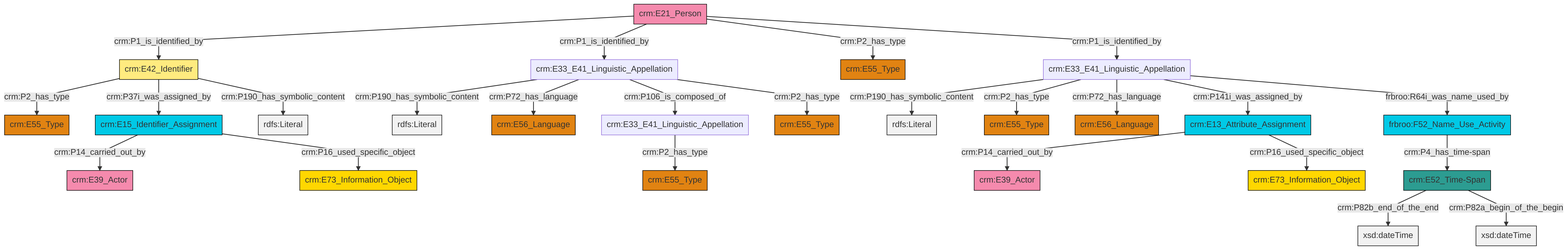
Above: et/personCSV/ttl/mmd/png/Person_Names_and_Classification.png in swiss-art-research-net/docs.swissartresearch (Mermaid), before the change. Its source is kept beside it as et/personCSV/ttl/mmd/Person_Names_and_Classification.ttl.mmd.
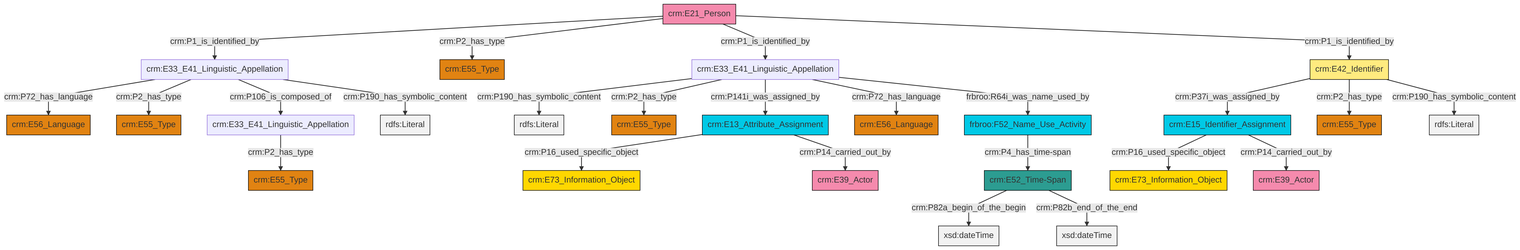
Later version of the same file.

Diff of the diagram source:
```diff
@@ -13,27 +13,27 @@
 classDef PC_Classes fill:#4ce600, stroke:#000000;
 classDef Multi fill:#cccccc,stroke:#000000;
 
-4["crm:E21_Person"]:::Actor -->|crm:P1_is_identified_by| 5["crm:E42_Identifier"]:::Appellation
-7["crm:E33_E41_Linguistic_Appellation"]:::Default -->|crm:P190_has_symbolic_content| 8[rdfs:Literal]:::Literal
-4["crm:E21_Person"]:::Actor -->|crm:P1_is_identified_by| 9["crm:E33_E41_Linguistic_Appellation"]:::Default
-9["crm:E33_E41_Linguistic_Appellation"]:::Default -->|crm:P190_has_symbolic_content| 10[rdfs:Literal]:::Literal
-13["frbroo:F52_Name_Use_Activity"]:::Temporal_Entity -->|crm:P4_has_time-span| 2["crm:E52_Time-Span"]:::Time-Span
-7["crm:E33_E41_Linguistic_Appellation"]:::Default -->|crm:P2_has_type| 19["crm:E55_Type"]:::Type
-7["crm:E33_E41_Linguistic_Appellation"]:::Default -->|crm:P72_has_language| 22["crm:E56_Language"]:::Type
-4["crm:E21_Person"]:::Actor -->|crm:P2_has_type| 26["crm:E55_Type"]:::Type
-30["crm:E15_Identifier_Assignment"]:::Temporal_Entity -->|crm:P14_carried_out_by| 27["crm:E39_Actor"]:::Actor
-5["crm:E42_Identifier"]:::Appellation -->|crm:P2_has_type| 33["crm:E55_Type"]:::Type
-2["crm:E52_Time-Span"]:::Time-Span -->|crm:P82b_end_of_the_end| 35[xsd:dateTime]:::Literal
-7["crm:E33_E41_Linguistic_Appellation"]:::Default -->|crm:P141i_was_assigned_by| 37["crm:E13_Attribute_Assignment"]:::Temporal_Entity
-5["crm:E42_Identifier"]:::Appellation -->|crm:P37i_was_assigned_by| 30["crm:E15_Identifier_Assignment"]:::Temporal_Entity
-30["crm:E15_Identifier_Assignment"]:::Temporal_Entity -->|crm:P16_used_specific_object| 20["crm:E73_Information_Object"]:::Conceptual_Object
-37["crm:E13_Attribute_Assignment"]:::Temporal_Entity -->|crm:P14_carried_out_by| 31["crm:E39_Actor"]:::Actor
-5["crm:E42_Identifier"]:::Appellation -->|crm:P190_has_symbolic_content| 41[rdfs:Literal]:::Literal
-9["crm:E33_E41_Linguistic_Appellation"]:::Default -->|crm:P72_has_language| 23["crm:E56_Language"]:::Type
-7["crm:E33_E41_Linguistic_Appellation"]:::Default -->|frbroo:R64i_was_name_used_by| 13["frbroo:F52_Name_Use_Activity"]:::Temporal_Entity
-37["crm:E13_Attribute_Assignment"]:::Temporal_Entity -->|crm:P16_used_specific_object| 0["crm:E73_Information_Object"]:::Conceptual_Object
-9["crm:E33_E41_Linguistic_Appellation"]:::Default -->|crm:P106_is_composed_of| 11["crm:E33_E41_Linguistic_Appellation"]:::Default
-9["crm:E33_E41_Linguistic_Appellation"]:::Default -->|crm:P2_has_type| 15["crm:E55_Type"]:::Type
-2["crm:E52_Time-Span"]:::Time-Span -->|crm:P82a_begin_of_the_begin| 46[xsd:dateTime]:::Literal
-11["crm:E33_E41_Linguistic_Appellation"]:::Default -->|crm:P2_has_type| 43["crm:E55_Type"]:::Type
-4["crm:E21_Person"]:::Actor -->|crm:P1_is_identified_by| 7["crm:E33_E41_Linguistic_Appellation"]:::Default
+0["crm:E33_E41_Linguistic_Appellation"]:::Default -->|crm:P72_has_language| 1["crm:E56_Language"]:::Type
+8["crm:E42_Identifier"]:::Appellation -->|crm:P37i_was_assigned_by| 2["crm:E15_Identifier_Assignment"]:::Temporal_Entity
+13["crm:E52_Time-Span"]:::Time-Span -->|crm:P82a_begin_of_the_begin| 14[xsd:dateTime]:::Literal
+17["crm:E33_E41_Linguistic_Appellation"]:::Default -->|crm:P190_has_symbolic_content| 18[rdfs:Literal]:::Literal
+9["crm:E21_Person"]:::Actor -->|crm:P1_is_identified_by| 0["crm:E33_E41_Linguistic_Appellation"]:::Default
+17["crm:E33_E41_Linguistic_Appellation"]:::Default -->|crm:P2_has_type| 26["crm:E55_Type"]:::Type
+2["crm:E15_Identifier_Assignment"]:::Temporal_Entity -->|crm:P16_used_specific_object| 28["crm:E73_Information_Object"]:::Conceptual_Object
+2["crm:E15_Identifier_Assignment"]:::Temporal_Entity -->|crm:P14_carried_out_by| 30["crm:E39_Actor"]:::Actor
+8["crm:E42_Identifier"]:::Appellation -->|crm:P2_has_type| 22["crm:E55_Type"]:::Type
+17["crm:E33_E41_Linguistic_Appellation"]:::Default -->|crm:P141i_was_assigned_by| 15["crm:E13_Attribute_Assignment"]:::Temporal_Entity
+20["frbroo:F52_Name_Use_Activity"]:::Temporal_Entity -->|crm:P4_has_time-span| 13["crm:E52_Time-Span"]:::Time-Span
+0["crm:E33_E41_Linguistic_Appellation"]:::Default -->|crm:P2_has_type| 31["crm:E55_Type"]:::Type
+34["crm:E33_E41_Linguistic_Appellation"]:::Default -->|crm:P2_has_type| 4["crm:E55_Type"]:::Type
+15["crm:E13_Attribute_Assignment"]:::Temporal_Entity -->|crm:P16_used_specific_object| 11["crm:E73_Information_Object"]:::Conceptual_Object
+13["crm:E52_Time-Span"]:::Time-Span -->|crm:P82b_end_of_the_end| 37[xsd:dateTime]:::Literal
+8["crm:E42_Identifier"]:::Appellation -->|crm:P190_has_symbolic_content| 39[rdfs:Literal]:::Literal
+17["crm:E33_E41_Linguistic_Appellation"]:::Default -->|crm:P72_has_language| 24["crm:E56_Language"]:::Type
+9["crm:E21_Person"]:::Actor -->|crm:P2_has_type| 40["crm:E55_Type"]:::Type
+0["crm:E33_E41_Linguistic_Appellation"]:::Default -->|crm:P106_is_composed_of| 34["crm:E33_E41_Linguistic_Appellation"]:::Default
+0["crm:E33_E41_Linguistic_Appellation"]:::Default -->|crm:P190_has_symbolic_content| 45[rdfs:Literal]:::Literal
+9["crm:E21_Person"]:::Actor -->|crm:P1_is_identified_by| 17["crm:E33_E41_Linguistic_Appellation"]:::Default
+17["crm:E33_E41_Linguistic_Appellation"]:::Default -->|frbroo:R64i_was_name_used_by| 20["frbroo:F52_Name_Use_Activity"]:::Temporal_Entity
+15["crm:E13_Attribute_Assignment"]:::Temporal_Entity -->|crm:P14_carried_out_by| 6["crm:E39_Actor"]:::Actor
+9["crm:E21_Person"]:::Actor -->|crm:P1_is_identified_by| 8["crm:E42_Identifier"]:::Appellation
```
